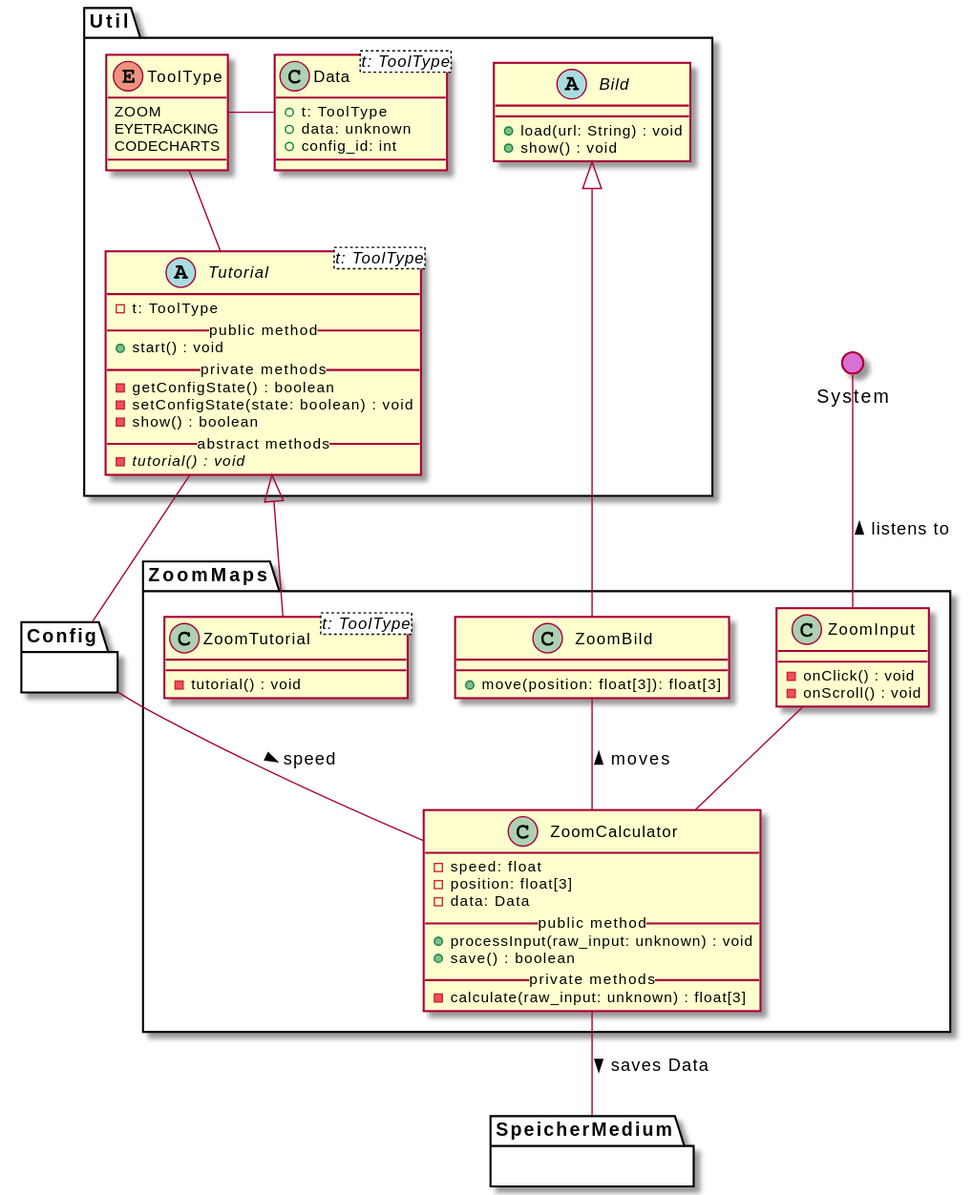
Earlier version of the PlantUML export meilenstein_03/uml-zoommaps/zoommaps.svg (weichware10/meilensteine).
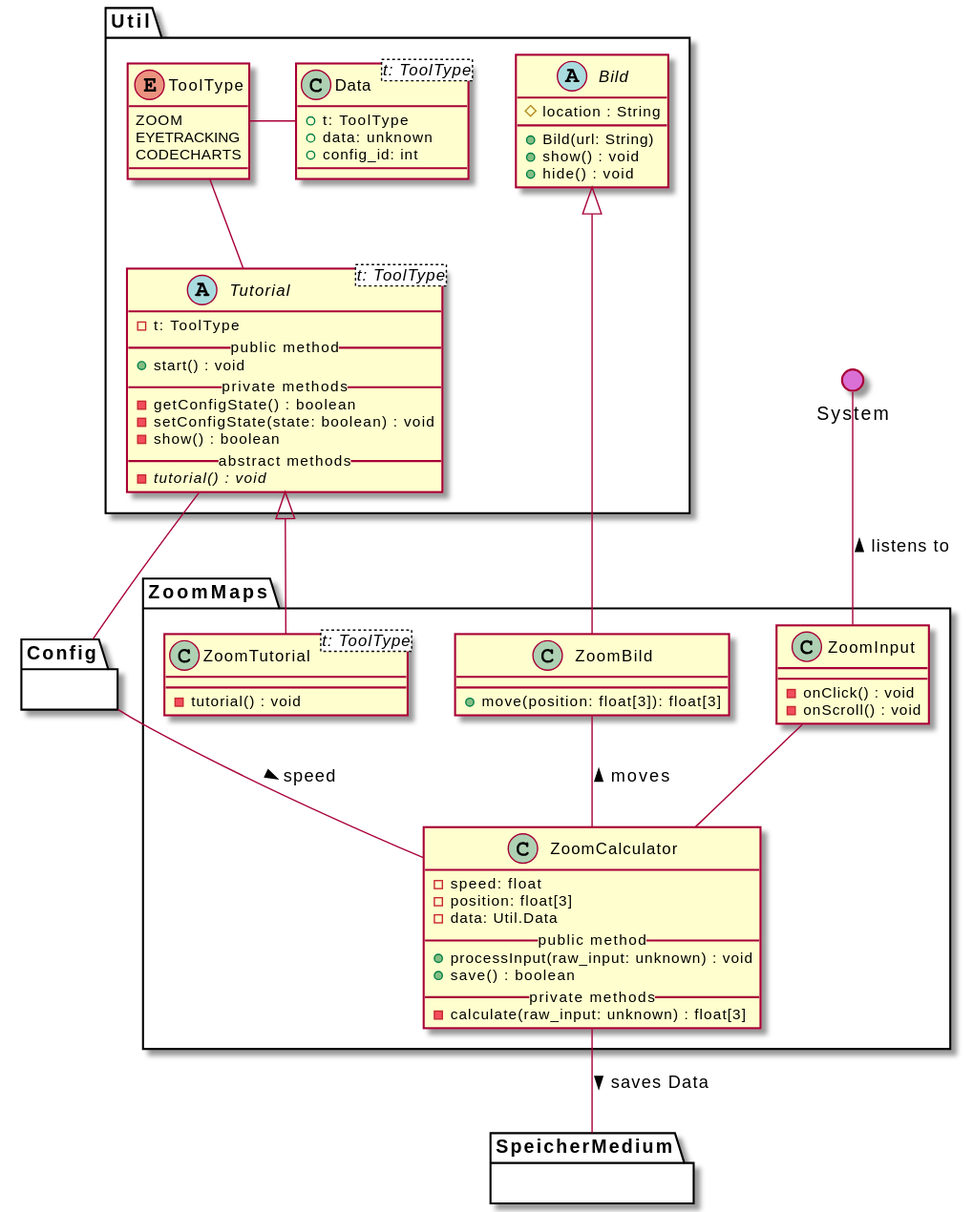
After the change.

Commit message:
Render PlantUML SVGs

What changed in the source:
```diff
@@ -16,9 +16,9 @@
     }
 
     enum ToolType {
-      ZOOM
-      EYETRACKING
-      CODECHARTS
+        ZOOM
+        EYETRACKING
+        CODECHARTS
     }
 
     Tutorial -u- ToolType
@@ -28,8 +28,10 @@
 
 
     abstract Bild {
-      + load(url: String) : void
-      + show() : void
+        # location : String
+        + Bild(url: String)
+        + show() : void
+        + hide() : void
     }
 
     class Data<t: ToolType> {
@@ -55,7 +57,7 @@
     class ZoomCalculator {
         - speed: float
         - position: float[3]
-        - data: Data
+        - data: Util.Data
         __public method__
         + processInput(raw_input: unknown) : void
         + save() : boolean
```
